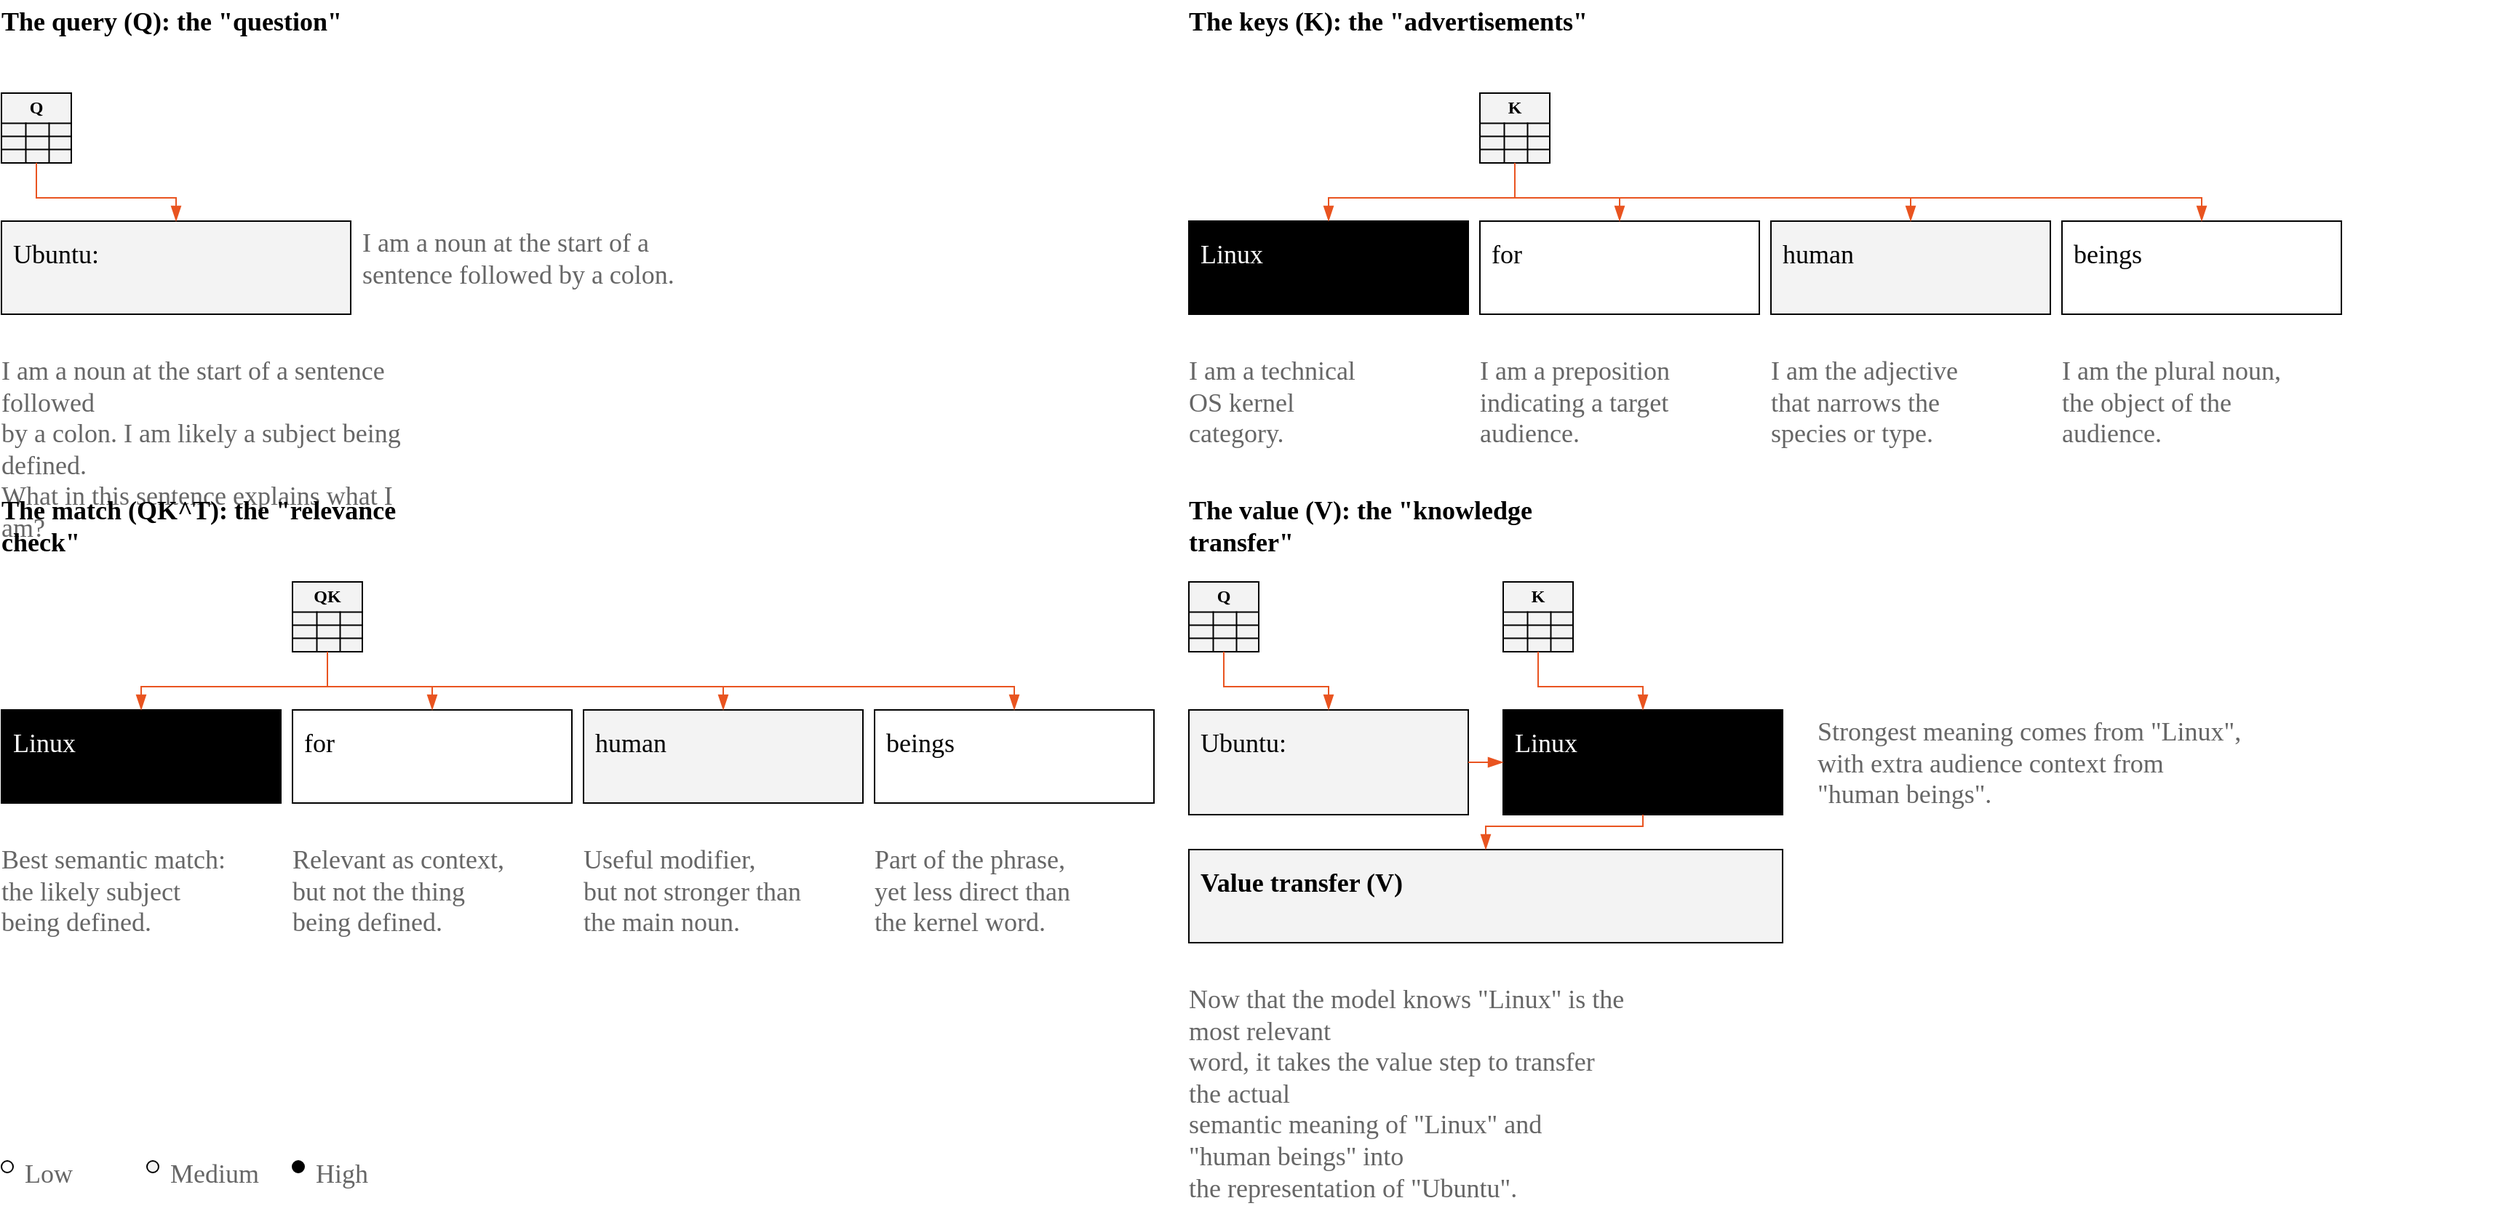
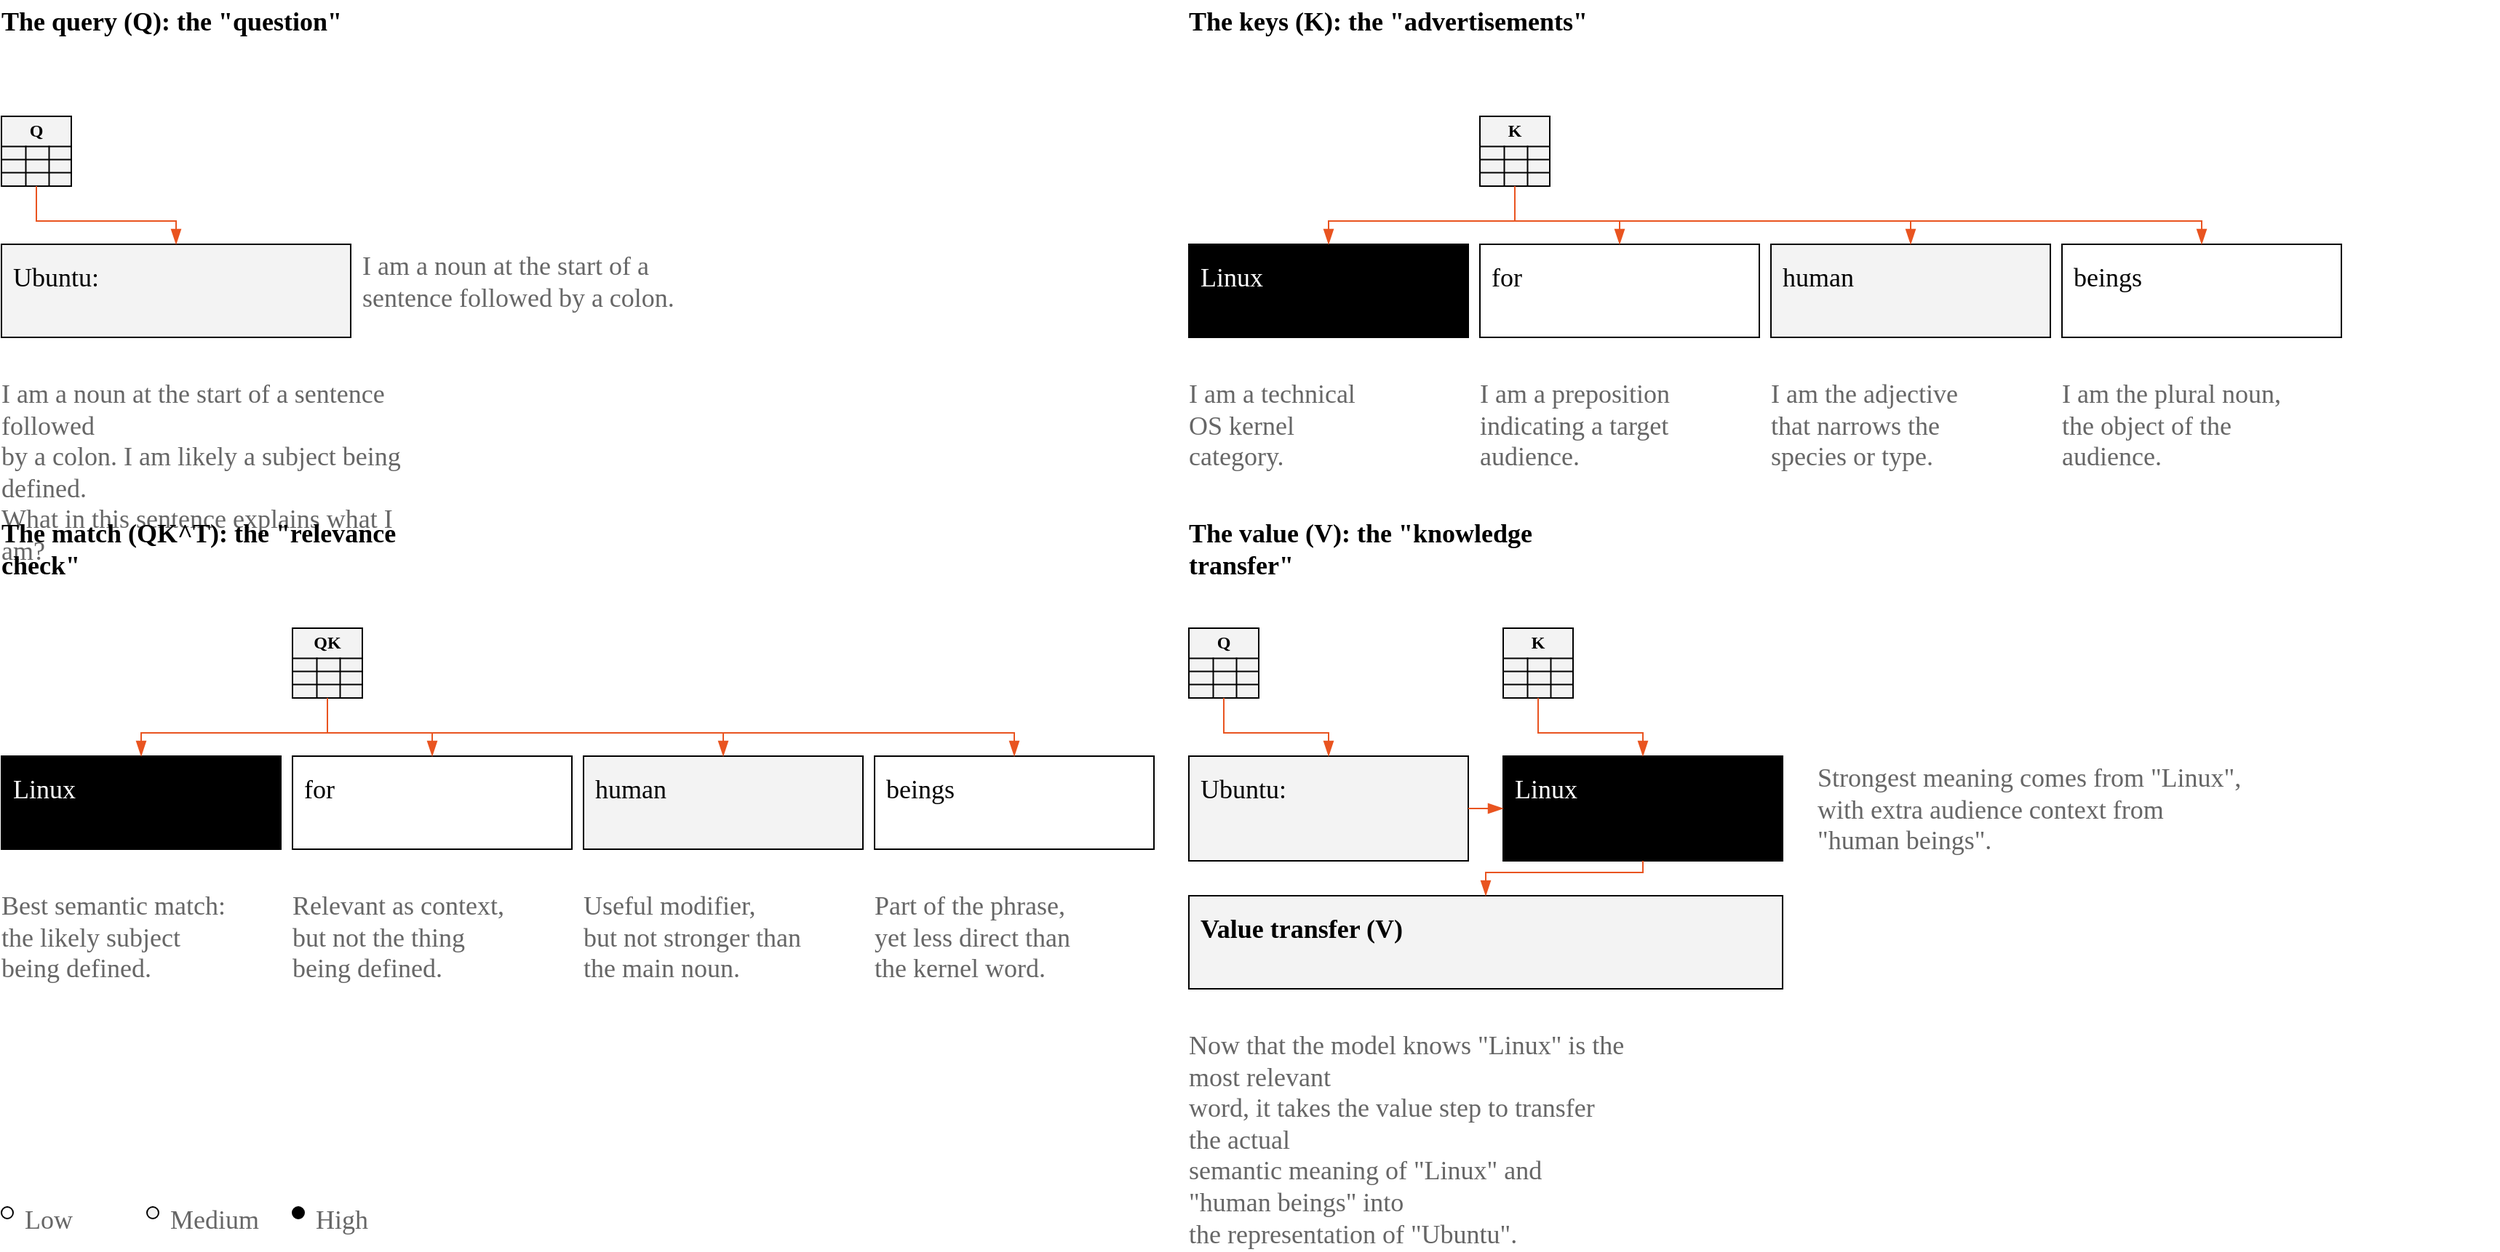
<mxfile host="app.diagrams.net" agent="diagram-generator" version="29.3.7">
  <diagram name="Attention QKV" id="declarative">
-     <mxGraphModel grid="1" gridSize="8" guides="1" tooltips="1" connect="1" arrows="1" fold="1" page="1" pageScale="1" pageWidth="1656" pageHeight="864" background="light-dark(#ffffff, #ffffff)" adaptiveColors="none" math="0" shadow="0">
+     <mxGraphModel grid="1" gridSize="8" guides="1" tooltips="1" connect="1" arrows="1" fold="1" page="1" pageScale="1" pageWidth="1656" pageHeight="896" background="light-dark(#ffffff, #ffffff)" adaptiveColors="none" math="0" shadow="0">
      <root>
        <mxCell id="0" />
        <mxCell id="1" parent="0" />
        <mxCell id="2" parent="1" style="rounded=0;whiteSpace=wrap;html=1;shadow=0;fillColor=#F3F3F3;strokeColor=#000000;strokeWidth=1;" value="" vertex="1" data-dg-source="diagram-generator" data-dg-role="box" tags="dg-generated dg-role-box dg-token-box-accent" data-dg-style-tokens="box-accent" connectable="1">
-           <mxGeometry x="840" y="608" width="408" height="64" as="geometry" />
+           <mxGeometry x="840" y="640" width="408" height="64" as="geometry" />
        </mxCell>
        <mxCell id="3" parent="2" style="rounded=0;whiteSpace=wrap;html=1;align=left;verticalAlign=top;spacing=0;spacingTop=0;spacingBottom=0;spacingLeft=0;spacingRight=0;fillColor=none;strokeColor=none;strokeWidth=0;shadow=0;fontFamily=Ubuntu Sans;fontSize=18;fontColor=#000000;fontSource=https%3A%2F%2Ffonts.googleapis.com%2Fcss%3Ffamily%3DUbuntu%2BSans;" value="&lt;span style=&quot;font-size:18px&quot;&gt;&lt;b&gt;Value transfer (V)&lt;/b&gt;&lt;/span&gt;" vertex="1" data-dg-source="diagram-generator" data-dg-role="label" tags="dg-generated dg-role-label dg-token-label-box" data-dg-style-tokens="label-box" connectable="0">
          <mxGeometry x="8" y="8" width="392" height="48" as="geometry" />
        </mxCell>
        <mxCell id="4" parent="1" style="rounded=0;whiteSpace=wrap;html=1;shadow=0;fillColor=#F3F3F3;strokeColor=#000000;strokeWidth=1;" value="" vertex="1" data-dg-source="diagram-generator" data-dg-role="box" tags="dg-generated dg-role-box dg-token-box-accent" data-dg-style-tokens="box-accent" connectable="1">
-           <mxGeometry x="24" y="176" width="240" height="64" as="geometry" />
+           <mxGeometry x="24" y="192" width="240" height="64" as="geometry" />
        </mxCell>
        <mxCell id="5" parent="4" style="rounded=0;whiteSpace=wrap;html=1;align=left;verticalAlign=top;spacing=0;spacingTop=0;spacingBottom=0;spacingLeft=0;spacingRight=0;fillColor=none;strokeColor=none;strokeWidth=0;shadow=0;fontFamily=Ubuntu Sans;fontSize=18;fontColor=#000000;fontSource=https%3A%2F%2Ffonts.googleapis.com%2Fcss%3Ffamily%3DUbuntu%2BSans;" value="&lt;span style=&quot;font-size:18px&quot;&gt;Ubuntu:&lt;/span&gt;" vertex="1" data-dg-source="diagram-generator" data-dg-role="label" tags="dg-generated dg-role-label dg-token-label-box" data-dg-style-tokens="label-box" connectable="0">
          <mxGeometry x="8" y="8" width="224" height="48" as="geometry" />
        </mxCell>
        <mxCell id="6" parent="1" style="rounded=0;whiteSpace=wrap;html=1;shadow=0;fillColor=#F3F3F3;strokeColor=#000000;strokeWidth=1;" value="" vertex="1" data-dg-source="diagram-generator" data-dg-role="box" tags="dg-generated dg-role-box dg-token-box-accent" data-dg-style-tokens="box-accent" connectable="1">
-           <mxGeometry x="840" y="512" width="192" height="72" as="geometry" />
+           <mxGeometry x="840" y="544" width="192" height="72" as="geometry" />
        </mxCell>
        <mxCell id="7" parent="6" style="rounded=0;whiteSpace=wrap;html=1;align=left;verticalAlign=top;spacing=0;spacingTop=0;spacingBottom=0;spacingLeft=0;spacingRight=0;fillColor=none;strokeColor=none;strokeWidth=0;shadow=0;fontFamily=Ubuntu Sans;fontSize=18;fontColor=#000000;fontSource=https%3A%2F%2Ffonts.googleapis.com%2Fcss%3Ffamily%3DUbuntu%2BSans;" value="&lt;span style=&quot;font-size:18px&quot;&gt;Ubuntu:&lt;/span&gt;" vertex="1" data-dg-source="diagram-generator" data-dg-role="label" tags="dg-generated dg-role-label dg-token-label-box" data-dg-style-tokens="label-box" connectable="0">
          <mxGeometry x="8" y="8" width="176" height="56" as="geometry" />
        </mxCell>
        <mxCell id="8" parent="1" style="rounded=0;whiteSpace=wrap;html=1;shadow=0;fillColor=#000000;strokeColor=#000000;strokeWidth=1;" value="" vertex="1" data-dg-source="diagram-generator" data-dg-role="box" tags="dg-generated dg-role-box dg-token-box-highlight" data-dg-style-tokens="box-highlight" connectable="1">
-           <mxGeometry x="1056" y="512" width="192" height="72" as="geometry" />
+           <mxGeometry x="1056" y="544" width="192" height="72" as="geometry" />
        </mxCell>
        <mxCell id="9" parent="8" style="rounded=0;whiteSpace=wrap;html=1;align=left;verticalAlign=top;spacing=0;spacingTop=0;spacingBottom=0;spacingLeft=0;spacingRight=0;fillColor=none;strokeColor=none;strokeWidth=0;shadow=0;fontFamily=Ubuntu Sans;fontSize=18;fontColor=#000000;fontSource=https%3A%2F%2Ffonts.googleapis.com%2Fcss%3Ffamily%3DUbuntu%2BSans;" value="&lt;span style=&quot;font-size:18px;color:#FFFFFF&quot;&gt;Linux&lt;/span&gt;" vertex="1" data-dg-source="diagram-generator" data-dg-role="label" tags="dg-generated dg-role-label dg-token-label-box" data-dg-style-tokens="label-box" connectable="0">
          <mxGeometry x="8" y="8" width="176" height="56" as="geometry" />
        </mxCell>
        <mxCell id="10" parent="1" style="rounded=0;whiteSpace=wrap;html=1;shadow=0;fillColor=#000000;strokeColor=#000000;strokeWidth=1;" value="" vertex="1" data-dg-source="diagram-generator" data-dg-role="box" tags="dg-generated dg-role-box dg-token-box-highlight" data-dg-style-tokens="box-highlight" connectable="1">
-           <mxGeometry x="840" y="176" width="192" height="64" as="geometry" />
+           <mxGeometry x="840" y="192" width="192" height="64" as="geometry" />
        </mxCell>
        <mxCell id="11" parent="10" style="rounded=0;whiteSpace=wrap;html=1;align=left;verticalAlign=top;spacing=0;spacingTop=0;spacingBottom=0;spacingLeft=0;spacingRight=0;fillColor=none;strokeColor=none;strokeWidth=0;shadow=0;fontFamily=Ubuntu Sans;fontSize=18;fontColor=#000000;fontSource=https%3A%2F%2Ffonts.googleapis.com%2Fcss%3Ffamily%3DUbuntu%2BSans;" value="&lt;span style=&quot;font-size:18px;color:#FFFFFF&quot;&gt;Linux&lt;/span&gt;" vertex="1" data-dg-source="diagram-generator" data-dg-role="label" tags="dg-generated dg-role-label dg-token-label-box" data-dg-style-tokens="label-box" connectable="0">
          <mxGeometry x="8" y="8" width="176" height="48" as="geometry" />
        </mxCell>
        <mxCell id="12" parent="1" style="rounded=0;whiteSpace=wrap;html=1;shadow=0;fillColor=#FFFFFF;strokeColor=#000000;strokeWidth=1;" value="" vertex="1" data-dg-source="diagram-generator" data-dg-role="box" tags="dg-generated dg-role-box dg-token-box-default" data-dg-style-tokens="box-default" connectable="1">
-           <mxGeometry x="1040" y="176" width="192" height="64" as="geometry" />
+           <mxGeometry x="1040" y="192" width="192" height="64" as="geometry" />
        </mxCell>
        <mxCell id="13" parent="12" style="rounded=0;whiteSpace=wrap;html=1;align=left;verticalAlign=top;spacing=0;spacingTop=0;spacingBottom=0;spacingLeft=0;spacingRight=0;fillColor=none;strokeColor=none;strokeWidth=0;shadow=0;fontFamily=Ubuntu Sans;fontSize=18;fontColor=#000000;fontSource=https%3A%2F%2Ffonts.googleapis.com%2Fcss%3Ffamily%3DUbuntu%2BSans;" value="&lt;span style=&quot;font-size:18px&quot;&gt;for&lt;/span&gt;" vertex="1" data-dg-source="diagram-generator" data-dg-role="label" tags="dg-generated dg-role-label dg-token-label-box" data-dg-style-tokens="label-box" connectable="0">
          <mxGeometry x="8" y="8" width="176" height="48" as="geometry" />
        </mxCell>
        <mxCell id="14" parent="1" style="rounded=0;whiteSpace=wrap;html=1;shadow=0;fillColor=#F3F3F3;strokeColor=#000000;strokeWidth=1;" value="" vertex="1" data-dg-source="diagram-generator" data-dg-role="box" tags="dg-generated dg-role-box dg-token-box-accent" data-dg-style-tokens="box-accent" connectable="1">
-           <mxGeometry x="1240" y="176" width="192" height="64" as="geometry" />
+           <mxGeometry x="1240" y="192" width="192" height="64" as="geometry" />
        </mxCell>
        <mxCell id="15" parent="14" style="rounded=0;whiteSpace=wrap;html=1;align=left;verticalAlign=top;spacing=0;spacingTop=0;spacingBottom=0;spacingLeft=0;spacingRight=0;fillColor=none;strokeColor=none;strokeWidth=0;shadow=0;fontFamily=Ubuntu Sans;fontSize=18;fontColor=#000000;fontSource=https%3A%2F%2Ffonts.googleapis.com%2Fcss%3Ffamily%3DUbuntu%2BSans;" value="&lt;span style=&quot;font-size:18px&quot;&gt;human&lt;/span&gt;" vertex="1" data-dg-source="diagram-generator" data-dg-role="label" tags="dg-generated dg-role-label dg-token-label-box" data-dg-style-tokens="label-box" connectable="0">
          <mxGeometry x="8" y="8" width="176" height="48" as="geometry" />
        </mxCell>
        <mxCell id="16" parent="1" style="rounded=0;whiteSpace=wrap;html=1;shadow=0;fillColor=#FFFFFF;strokeColor=#000000;strokeWidth=1;" value="" vertex="1" data-dg-source="diagram-generator" data-dg-role="box" tags="dg-generated dg-role-box dg-token-box-default" data-dg-style-tokens="box-default" connectable="1">
-           <mxGeometry x="1440" y="176" width="192" height="64" as="geometry" />
+           <mxGeometry x="1440" y="192" width="192" height="64" as="geometry" />
        </mxCell>
        <mxCell id="17" parent="16" style="rounded=0;whiteSpace=wrap;html=1;align=left;verticalAlign=top;spacing=0;spacingTop=0;spacingBottom=0;spacingLeft=0;spacingRight=0;fillColor=none;strokeColor=none;strokeWidth=0;shadow=0;fontFamily=Ubuntu Sans;fontSize=18;fontColor=#000000;fontSource=https%3A%2F%2Ffonts.googleapis.com%2Fcss%3Ffamily%3DUbuntu%2BSans;" value="&lt;span style=&quot;font-size:18px&quot;&gt;beings&lt;/span&gt;" vertex="1" data-dg-source="diagram-generator" data-dg-role="label" tags="dg-generated dg-role-label dg-token-label-box" data-dg-style-tokens="label-box" connectable="0">
          <mxGeometry x="8" y="8" width="176" height="48" as="geometry" />
        </mxCell>
        <mxCell id="18" parent="1" style="rounded=0;whiteSpace=wrap;html=1;shadow=0;fillColor=#000000;strokeColor=#000000;strokeWidth=1;" value="" vertex="1" data-dg-source="diagram-generator" data-dg-role="box" tags="dg-generated dg-role-box dg-token-box-highlight" data-dg-style-tokens="box-highlight" connectable="1">
-           <mxGeometry x="24" y="512" width="192" height="64" as="geometry" />
+           <mxGeometry x="24" y="544" width="192" height="64" as="geometry" />
        </mxCell>
        <mxCell id="19" parent="18" style="rounded=0;whiteSpace=wrap;html=1;align=left;verticalAlign=top;spacing=0;spacingTop=0;spacingBottom=0;spacingLeft=0;spacingRight=0;fillColor=none;strokeColor=none;strokeWidth=0;shadow=0;fontFamily=Ubuntu Sans;fontSize=18;fontColor=#000000;fontSource=https%3A%2F%2Ffonts.googleapis.com%2Fcss%3Ffamily%3DUbuntu%2BSans;" value="&lt;span style=&quot;font-size:18px;color:#FFFFFF&quot;&gt;Linux&lt;/span&gt;" vertex="1" data-dg-source="diagram-generator" data-dg-role="label" tags="dg-generated dg-role-label dg-token-label-box" data-dg-style-tokens="label-box" connectable="0">
          <mxGeometry x="8" y="8" width="176" height="48" as="geometry" />
        </mxCell>
        <mxCell id="20" parent="1" style="rounded=0;whiteSpace=wrap;html=1;shadow=0;fillColor=#FFFFFF;strokeColor=#000000;strokeWidth=1;" value="" vertex="1" data-dg-source="diagram-generator" data-dg-role="box" tags="dg-generated dg-role-box dg-token-box-default" data-dg-style-tokens="box-default" connectable="1">
-           <mxGeometry x="224" y="512" width="192" height="64" as="geometry" />
+           <mxGeometry x="224" y="544" width="192" height="64" as="geometry" />
        </mxCell>
        <mxCell id="21" parent="20" style="rounded=0;whiteSpace=wrap;html=1;align=left;verticalAlign=top;spacing=0;spacingTop=0;spacingBottom=0;spacingLeft=0;spacingRight=0;fillColor=none;strokeColor=none;strokeWidth=0;shadow=0;fontFamily=Ubuntu Sans;fontSize=18;fontColor=#000000;fontSource=https%3A%2F%2Ffonts.googleapis.com%2Fcss%3Ffamily%3DUbuntu%2BSans;" value="&lt;span style=&quot;font-size:18px&quot;&gt;for&lt;/span&gt;" vertex="1" data-dg-source="diagram-generator" data-dg-role="label" tags="dg-generated dg-role-label dg-token-label-box" data-dg-style-tokens="label-box" connectable="0">
          <mxGeometry x="8" y="8" width="176" height="48" as="geometry" />
        </mxCell>
        <mxCell id="22" parent="1" style="rounded=0;whiteSpace=wrap;html=1;shadow=0;fillColor=#F3F3F3;strokeColor=#000000;strokeWidth=1;" value="" vertex="1" data-dg-source="diagram-generator" data-dg-role="box" tags="dg-generated dg-role-box dg-token-box-accent" data-dg-style-tokens="box-accent" connectable="1">
-           <mxGeometry x="424" y="512" width="192" height="64" as="geometry" />
+           <mxGeometry x="424" y="544" width="192" height="64" as="geometry" />
        </mxCell>
        <mxCell id="23" parent="22" style="rounded=0;whiteSpace=wrap;html=1;align=left;verticalAlign=top;spacing=0;spacingTop=0;spacingBottom=0;spacingLeft=0;spacingRight=0;fillColor=none;strokeColor=none;strokeWidth=0;shadow=0;fontFamily=Ubuntu Sans;fontSize=18;fontColor=#000000;fontSource=https%3A%2F%2Ffonts.googleapis.com%2Fcss%3Ffamily%3DUbuntu%2BSans;" value="&lt;span style=&quot;font-size:18px&quot;&gt;human&lt;/span&gt;" vertex="1" data-dg-source="diagram-generator" data-dg-role="label" tags="dg-generated dg-role-label dg-token-label-box" data-dg-style-tokens="label-box" connectable="0">
          <mxGeometry x="8" y="8" width="176" height="48" as="geometry" />
        </mxCell>
        <mxCell id="24" parent="1" style="rounded=0;whiteSpace=wrap;html=1;shadow=0;fillColor=#FFFFFF;strokeColor=#000000;strokeWidth=1;" value="" vertex="1" data-dg-source="diagram-generator" data-dg-role="box" tags="dg-generated dg-role-box dg-token-box-default" data-dg-style-tokens="box-default" connectable="1">
-           <mxGeometry x="624" y="512" width="192" height="64" as="geometry" />
+           <mxGeometry x="624" y="544" width="192" height="64" as="geometry" />
        </mxCell>
        <mxCell id="25" parent="24" style="rounded=0;whiteSpace=wrap;html=1;align=left;verticalAlign=top;spacing=0;spacingTop=0;spacingBottom=0;spacingLeft=0;spacingRight=0;fillColor=none;strokeColor=none;strokeWidth=0;shadow=0;fontFamily=Ubuntu Sans;fontSize=18;fontColor=#000000;fontSource=https%3A%2F%2Ffonts.googleapis.com%2Fcss%3Ffamily%3DUbuntu%2BSans;" value="&lt;span style=&quot;font-size:18px&quot;&gt;beings&lt;/span&gt;" vertex="1" data-dg-source="diagram-generator" data-dg-role="label" tags="dg-generated dg-role-label dg-token-label-box" data-dg-style-tokens="label-box" connectable="0">
          <mxGeometry x="8" y="8" width="176" height="48" as="geometry" />
        </mxCell>
        <mxCell id="26" parent="1" style="rounded=0;whiteSpace=wrap;html=1;align=left;verticalAlign=top;spacing=0;spacingTop=0;spacingBottom=0;spacingLeft=0;spacingRight=0;fillColor=none;strokeColor=none;strokeWidth=0;shadow=0;fontFamily=Ubuntu Sans;fontSize=18;fontColor=#000000;fontSource=https%3A%2F%2Ffonts.googleapis.com%2Fcss%3Ffamily%3DUbuntu%2BSans;" value="&lt;span style=&quot;font-size:18px&quot;&gt;&lt;b&gt;The query (Q): the &amp;quot;question&amp;quot;&lt;/b&gt;&lt;/span&gt;" vertex="1" data-dg-source="diagram-generator" data-dg-role="label" tags="dg-generated dg-role-label dg-token-label-free" data-dg-style-tokens="label-free" connectable="0">
          <mxGeometry x="24" y="24" width="300" height="24" as="geometry" />
        </mxCell>
        <mxCell id="27" parent="1" style="rounded=0;whiteSpace=wrap;html=1;align=left;verticalAlign=top;spacing=0;spacingTop=0;spacingBottom=0;spacingLeft=0;spacingRight=0;fillColor=none;strokeColor=none;strokeWidth=0;shadow=0;fontFamily=Ubuntu Sans;fontSize=18;fontColor=#000000;fontSource=https%3A%2F%2Ffonts.googleapis.com%2Fcss%3Ffamily%3DUbuntu%2BSans;" value="&lt;span style=&quot;font-size:18px;color:#666666&quot;&gt;I am a noun at the start of a&lt;/span&gt;&lt;br&gt;&lt;span style=&quot;font-size:18px;color:#666666&quot;&gt;sentence followed by a colon.&lt;/span&gt;" vertex="1" data-dg-source="diagram-generator" data-dg-role="label" tags="dg-generated dg-role-label dg-token-label-free" data-dg-style-tokens="label-free" connectable="0">
-           <mxGeometry x="272" y="176" width="300" height="48" as="geometry" />
+           <mxGeometry x="272" y="192" width="300" height="48" as="geometry" />
        </mxCell>
        <mxCell id="28" parent="1" style="rounded=0;whiteSpace=wrap;html=1;align=left;verticalAlign=top;spacing=0;spacingTop=0;spacingBottom=0;spacingLeft=0;spacingRight=0;fillColor=none;strokeColor=none;strokeWidth=0;shadow=0;fontFamily=Ubuntu Sans;fontSize=18;fontColor=#000000;fontSource=https%3A%2F%2Ffonts.googleapis.com%2Fcss%3Ffamily%3DUbuntu%2BSans;" value="&lt;span style=&quot;font-size:18px;color:#666666&quot;&gt;I am a noun at the start of a sentence followed&lt;/span&gt;&lt;br&gt;&lt;span style=&quot;font-size:18px;color:#666666&quot;&gt;by a colon. I am likely a subject being defined.&lt;/span&gt;&lt;br&gt;&lt;span style=&quot;font-size:18px;color:#666666&quot;&gt;What in this sentence explains what I am?&lt;/span&gt;" vertex="1" data-dg-source="diagram-generator" data-dg-role="label" tags="dg-generated dg-role-label dg-token-label-free" data-dg-style-tokens="label-free" connectable="0">
-           <mxGeometry x="24" y="264" width="300" height="72" as="geometry" />
+           <mxGeometry x="24" y="280" width="300" height="72" as="geometry" />
        </mxCell>
        <mxCell id="29" parent="1" style="rounded=0;whiteSpace=wrap;html=1;align=left;verticalAlign=top;spacing=0;spacingTop=0;spacingBottom=0;spacingLeft=0;spacingRight=0;fillColor=none;strokeColor=none;strokeWidth=0;shadow=0;fontFamily=Ubuntu Sans;fontSize=18;fontColor=#000000;fontSource=https%3A%2F%2Ffonts.googleapis.com%2Fcss%3Ffamily%3DUbuntu%2BSans;" value="&lt;span style=&quot;font-size:18px&quot;&gt;&lt;b&gt;The keys (K): the &amp;quot;advertisements&amp;quot;&lt;/b&gt;&lt;/span&gt;" vertex="1" data-dg-source="diagram-generator" data-dg-role="label" tags="dg-generated dg-role-label dg-token-label-free" data-dg-style-tokens="label-free" connectable="0">
          <mxGeometry x="840" y="24" width="300" height="24" as="geometry" />
        </mxCell>
        <mxCell id="30" parent="1" style="rounded=0;whiteSpace=wrap;html=1;align=left;verticalAlign=top;spacing=0;spacingTop=0;spacingBottom=0;spacingLeft=0;spacingRight=0;fillColor=none;strokeColor=none;strokeWidth=0;shadow=0;fontFamily=Ubuntu Sans;fontSize=18;fontColor=#000000;fontSource=https%3A%2F%2Ffonts.googleapis.com%2Fcss%3Ffamily%3DUbuntu%2BSans;" value="&lt;span style=&quot;font-size:18px;color:#666666&quot;&gt;I am a technical&lt;/span&gt;&lt;br&gt;&lt;span style=&quot;font-size:18px;color:#666666&quot;&gt;OS kernel&lt;/span&gt;&lt;br&gt;&lt;span style=&quot;font-size:18px;color:#666666&quot;&gt;category.&lt;/span&gt;" vertex="1" data-dg-source="diagram-generator" data-dg-role="label" tags="dg-generated dg-role-label dg-token-label-free" data-dg-style-tokens="label-free" connectable="0">
-           <mxGeometry x="840" y="264" width="300" height="72" as="geometry" />
+           <mxGeometry x="840" y="280" width="300" height="72" as="geometry" />
        </mxCell>
        <mxCell id="31" parent="1" style="rounded=0;whiteSpace=wrap;html=1;align=left;verticalAlign=top;spacing=0;spacingTop=0;spacingBottom=0;spacingLeft=0;spacingRight=0;fillColor=none;strokeColor=none;strokeWidth=0;shadow=0;fontFamily=Ubuntu Sans;fontSize=18;fontColor=#000000;fontSource=https%3A%2F%2Ffonts.googleapis.com%2Fcss%3Ffamily%3DUbuntu%2BSans;" value="&lt;span style=&quot;font-size:18px;color:#666666&quot;&gt;I am a preposition&lt;/span&gt;&lt;br&gt;&lt;span style=&quot;font-size:18px;color:#666666&quot;&gt;indicating a target&lt;/span&gt;&lt;br&gt;&lt;span style=&quot;font-size:18px;color:#666666&quot;&gt;audience.&lt;/span&gt;" vertex="1" data-dg-source="diagram-generator" data-dg-role="label" tags="dg-generated dg-role-label dg-token-label-free" data-dg-style-tokens="label-free" connectable="0">
-           <mxGeometry x="1040" y="264" width="300" height="72" as="geometry" />
+           <mxGeometry x="1040" y="280" width="300" height="72" as="geometry" />
        </mxCell>
        <mxCell id="32" parent="1" style="rounded=0;whiteSpace=wrap;html=1;align=left;verticalAlign=top;spacing=0;spacingTop=0;spacingBottom=0;spacingLeft=0;spacingRight=0;fillColor=none;strokeColor=none;strokeWidth=0;shadow=0;fontFamily=Ubuntu Sans;fontSize=18;fontColor=#000000;fontSource=https%3A%2F%2Ffonts.googleapis.com%2Fcss%3Ffamily%3DUbuntu%2BSans;" value="&lt;span style=&quot;font-size:18px;color:#666666&quot;&gt;I am the adjective&lt;/span&gt;&lt;br&gt;&lt;span style=&quot;font-size:18px;color:#666666&quot;&gt;that narrows the&lt;/span&gt;&lt;br&gt;&lt;span style=&quot;font-size:18px;color:#666666&quot;&gt;species or type.&lt;/span&gt;" vertex="1" data-dg-source="diagram-generator" data-dg-role="label" tags="dg-generated dg-role-label dg-token-label-free" data-dg-style-tokens="label-free" connectable="0">
-           <mxGeometry x="1240" y="264" width="300" height="72" as="geometry" />
+           <mxGeometry x="1240" y="280" width="300" height="72" as="geometry" />
        </mxCell>
        <mxCell id="33" parent="1" style="rounded=0;whiteSpace=wrap;html=1;align=left;verticalAlign=top;spacing=0;spacingTop=0;spacingBottom=0;spacingLeft=0;spacingRight=0;fillColor=none;strokeColor=none;strokeWidth=0;shadow=0;fontFamily=Ubuntu Sans;fontSize=18;fontColor=#000000;fontSource=https%3A%2F%2Ffonts.googleapis.com%2Fcss%3Ffamily%3DUbuntu%2BSans;" value="&lt;span style=&quot;font-size:18px;color:#666666&quot;&gt;I am the plural noun,&lt;/span&gt;&lt;br&gt;&lt;span style=&quot;font-size:18px;color:#666666&quot;&gt;the object of the&lt;/span&gt;&lt;br&gt;&lt;span style=&quot;font-size:18px;color:#666666&quot;&gt;audience.&lt;/span&gt;" vertex="1" data-dg-source="diagram-generator" data-dg-role="label" tags="dg-generated dg-role-label dg-token-label-free" data-dg-style-tokens="label-free" connectable="0">
-           <mxGeometry x="1440" y="264" width="300" height="72" as="geometry" />
+           <mxGeometry x="1440" y="280" width="300" height="72" as="geometry" />
        </mxCell>
        <mxCell id="34" parent="1" style="rounded=0;whiteSpace=wrap;html=1;align=left;verticalAlign=top;spacing=0;spacingTop=0;spacingBottom=0;spacingLeft=0;spacingRight=0;fillColor=none;strokeColor=none;strokeWidth=0;shadow=0;fontFamily=Ubuntu Sans;fontSize=18;fontColor=#000000;fontSource=https%3A%2F%2Ffonts.googleapis.com%2Fcss%3Ffamily%3DUbuntu%2BSans;" value="&lt;span style=&quot;font-size:18px&quot;&gt;&lt;b&gt;The match (QK^T): the &amp;quot;relevance check&amp;quot;&lt;/b&gt;&lt;/span&gt;" vertex="1" data-dg-source="diagram-generator" data-dg-role="label" tags="dg-generated dg-role-label dg-token-label-free" data-dg-style-tokens="label-free" connectable="0">
-           <mxGeometry x="24" y="360" width="300" height="24" as="geometry" />
+           <mxGeometry x="24" y="376" width="300" height="24" as="geometry" />
        </mxCell>
        <mxCell id="35" parent="1" style="rounded=0;whiteSpace=wrap;html=1;align=left;verticalAlign=top;spacing=0;spacingTop=0;spacingBottom=0;spacingLeft=0;spacingRight=0;fillColor=none;strokeColor=none;strokeWidth=0;shadow=0;fontFamily=Ubuntu Sans;fontSize=18;fontColor=#000000;fontSource=https%3A%2F%2Ffonts.googleapis.com%2Fcss%3Ffamily%3DUbuntu%2BSans;" value="&lt;span style=&quot;font-size:18px;color:#666666&quot;&gt;Best semantic match:&lt;/span&gt;&lt;br&gt;&lt;span style=&quot;font-size:18px;color:#666666&quot;&gt;the likely subject&lt;/span&gt;&lt;br&gt;&lt;span style=&quot;font-size:18px;color:#666666&quot;&gt;being defined.&lt;/span&gt;" vertex="1" data-dg-source="diagram-generator" data-dg-role="label" tags="dg-generated dg-role-label dg-token-label-free" data-dg-style-tokens="label-free" connectable="0">
-           <mxGeometry x="24" y="600" width="300" height="72" as="geometry" />
+           <mxGeometry x="24" y="632" width="300" height="72" as="geometry" />
        </mxCell>
        <mxCell id="36" parent="1" style="rounded=0;whiteSpace=wrap;html=1;align=left;verticalAlign=top;spacing=0;spacingTop=0;spacingBottom=0;spacingLeft=0;spacingRight=0;fillColor=none;strokeColor=none;strokeWidth=0;shadow=0;fontFamily=Ubuntu Sans;fontSize=18;fontColor=#000000;fontSource=https%3A%2F%2Ffonts.googleapis.com%2Fcss%3Ffamily%3DUbuntu%2BSans;" value="&lt;span style=&quot;font-size:18px;color:#666666&quot;&gt;Relevant as context,&lt;/span&gt;&lt;br&gt;&lt;span style=&quot;font-size:18px;color:#666666&quot;&gt;but not the thing&lt;/span&gt;&lt;br&gt;&lt;span style=&quot;font-size:18px;color:#666666&quot;&gt;being defined.&lt;/span&gt;" vertex="1" data-dg-source="diagram-generator" data-dg-role="label" tags="dg-generated dg-role-label dg-token-label-free" data-dg-style-tokens="label-free" connectable="0">
-           <mxGeometry x="224" y="600" width="300" height="72" as="geometry" />
+           <mxGeometry x="224" y="632" width="300" height="72" as="geometry" />
        </mxCell>
        <mxCell id="37" parent="1" style="rounded=0;whiteSpace=wrap;html=1;align=left;verticalAlign=top;spacing=0;spacingTop=0;spacingBottom=0;spacingLeft=0;spacingRight=0;fillColor=none;strokeColor=none;strokeWidth=0;shadow=0;fontFamily=Ubuntu Sans;fontSize=18;fontColor=#000000;fontSource=https%3A%2F%2Ffonts.googleapis.com%2Fcss%3Ffamily%3DUbuntu%2BSans;" value="&lt;span style=&quot;font-size:18px;color:#666666&quot;&gt;Useful modifier,&lt;/span&gt;&lt;br&gt;&lt;span style=&quot;font-size:18px;color:#666666&quot;&gt;but not stronger than&lt;/span&gt;&lt;br&gt;&lt;span style=&quot;font-size:18px;color:#666666&quot;&gt;the main noun.&lt;/span&gt;" vertex="1" data-dg-source="diagram-generator" data-dg-role="label" tags="dg-generated dg-role-label dg-token-label-free" data-dg-style-tokens="label-free" connectable="0">
-           <mxGeometry x="424" y="600" width="300" height="72" as="geometry" />
+           <mxGeometry x="424" y="632" width="300" height="72" as="geometry" />
        </mxCell>
        <mxCell id="38" parent="1" style="rounded=0;whiteSpace=wrap;html=1;align=left;verticalAlign=top;spacing=0;spacingTop=0;spacingBottom=0;spacingLeft=0;spacingRight=0;fillColor=none;strokeColor=none;strokeWidth=0;shadow=0;fontFamily=Ubuntu Sans;fontSize=18;fontColor=#000000;fontSource=https%3A%2F%2Ffonts.googleapis.com%2Fcss%3Ffamily%3DUbuntu%2BSans;" value="&lt;span style=&quot;font-size:18px;color:#666666&quot;&gt;Part of the phrase,&lt;/span&gt;&lt;br&gt;&lt;span style=&quot;font-size:18px;color:#666666&quot;&gt;yet less direct than&lt;/span&gt;&lt;br&gt;&lt;span style=&quot;font-size:18px;color:#666666&quot;&gt;the kernel word.&lt;/span&gt;" vertex="1" data-dg-source="diagram-generator" data-dg-role="label" tags="dg-generated dg-role-label dg-token-label-free" data-dg-style-tokens="label-free" connectable="0">
-           <mxGeometry x="624" y="600" width="300" height="72" as="geometry" />
+           <mxGeometry x="624" y="632" width="300" height="72" as="geometry" />
        </mxCell>
        <mxCell id="39" parent="1" style="rounded=0;whiteSpace=wrap;html=1;align=left;verticalAlign=top;spacing=0;spacingTop=0;spacingBottom=0;spacingLeft=0;spacingRight=0;fillColor=none;strokeColor=none;strokeWidth=0;shadow=0;fontFamily=Ubuntu Sans;fontSize=18;fontColor=#000000;fontSource=https%3A%2F%2Ffonts.googleapis.com%2Fcss%3Ffamily%3DUbuntu%2BSans;" value="&lt;span style=&quot;font-size:18px;color:#666666&quot;&gt;Low&lt;/span&gt;" vertex="1" data-dg-source="diagram-generator" data-dg-role="label" tags="dg-generated dg-role-label dg-token-label-free" data-dg-style-tokens="label-free" connectable="0">
-           <mxGeometry x="40" y="816" width="300" height="24" as="geometry" />
+           <mxGeometry x="40" y="848" width="300" height="24" as="geometry" />
        </mxCell>
        <mxCell id="40" parent="1" style="rounded=0;whiteSpace=wrap;html=1;align=left;verticalAlign=top;spacing=0;spacingTop=0;spacingBottom=0;spacingLeft=0;spacingRight=0;fillColor=none;strokeColor=none;strokeWidth=0;shadow=0;fontFamily=Ubuntu Sans;fontSize=18;fontColor=#000000;fontSource=https%3A%2F%2Ffonts.googleapis.com%2Fcss%3Ffamily%3DUbuntu%2BSans;" value="&lt;span style=&quot;font-size:18px;color:#666666&quot;&gt;Medium&lt;/span&gt;" vertex="1" data-dg-source="diagram-generator" data-dg-role="label" tags="dg-generated dg-role-label dg-token-label-free" data-dg-style-tokens="label-free" connectable="0">
-           <mxGeometry x="140" y="816" width="300" height="24" as="geometry" />
+           <mxGeometry x="140" y="848" width="300" height="24" as="geometry" />
        </mxCell>
        <mxCell id="41" parent="1" style="rounded=0;whiteSpace=wrap;html=1;align=left;verticalAlign=top;spacing=0;spacingTop=0;spacingBottom=0;spacingLeft=0;spacingRight=0;fillColor=none;strokeColor=none;strokeWidth=0;shadow=0;fontFamily=Ubuntu Sans;fontSize=18;fontColor=#000000;fontSource=https%3A%2F%2Ffonts.googleapis.com%2Fcss%3Ffamily%3DUbuntu%2BSans;" value="&lt;span style=&quot;font-size:18px;color:#666666&quot;&gt;High&lt;/span&gt;" vertex="1" data-dg-source="diagram-generator" data-dg-role="label" tags="dg-generated dg-role-label dg-token-label-free" data-dg-style-tokens="label-free" connectable="0">
-           <mxGeometry x="240" y="816" width="300" height="24" as="geometry" />
+           <mxGeometry x="240" y="848" width="300" height="24" as="geometry" />
        </mxCell>
        <mxCell id="42" parent="1" style="rounded=0;whiteSpace=wrap;html=1;align=left;verticalAlign=top;spacing=0;spacingTop=0;spacingBottom=0;spacingLeft=0;spacingRight=0;fillColor=none;strokeColor=none;strokeWidth=0;shadow=0;fontFamily=Ubuntu Sans;fontSize=18;fontColor=#000000;fontSource=https%3A%2F%2Ffonts.googleapis.com%2Fcss%3Ffamily%3DUbuntu%2BSans;" value="&lt;span style=&quot;font-size:18px&quot;&gt;&lt;b&gt;The value (V): the &amp;quot;knowledge transfer&amp;quot;&lt;/b&gt;&lt;/span&gt;" vertex="1" data-dg-source="diagram-generator" data-dg-role="label" tags="dg-generated dg-role-label dg-token-label-free" data-dg-style-tokens="label-free" connectable="0">
-           <mxGeometry x="840" y="360" width="300" height="24" as="geometry" />
+           <mxGeometry x="840" y="376" width="300" height="24" as="geometry" />
        </mxCell>
        <mxCell id="43" parent="1" style="rounded=0;whiteSpace=wrap;html=1;align=left;verticalAlign=top;spacing=0;spacingTop=0;spacingBottom=0;spacingLeft=0;spacingRight=0;fillColor=none;strokeColor=none;strokeWidth=0;shadow=0;fontFamily=Ubuntu Sans;fontSize=18;fontColor=#000000;fontSource=https%3A%2F%2Ffonts.googleapis.com%2Fcss%3Ffamily%3DUbuntu%2BSans;" value="&lt;span style=&quot;font-size:18px;color:#666666&quot;&gt;Strongest meaning comes from &amp;quot;Linux&amp;quot;,&lt;/span&gt;&lt;br&gt;&lt;span style=&quot;font-size:18px;color:#666666&quot;&gt;with extra audience context from&lt;/span&gt;&lt;br&gt;&lt;span style=&quot;font-size:18px;color:#666666&quot;&gt;&amp;quot;human beings&amp;quot;.&lt;/span&gt;" vertex="1" data-dg-source="diagram-generator" data-dg-role="label" tags="dg-generated dg-role-label dg-token-label-free" data-dg-style-tokens="label-free" connectable="0">
-           <mxGeometry x="1272" y="512" width="300" height="72" as="geometry" />
+           <mxGeometry x="1272" y="544" width="300" height="72" as="geometry" />
        </mxCell>
        <mxCell id="44" parent="1" style="rounded=0;whiteSpace=wrap;html=1;align=left;verticalAlign=top;spacing=0;spacingTop=0;spacingBottom=0;spacingLeft=0;spacingRight=0;fillColor=none;strokeColor=none;strokeWidth=0;shadow=0;fontFamily=Ubuntu Sans;fontSize=18;fontColor=#000000;fontSource=https%3A%2F%2Ffonts.googleapis.com%2Fcss%3Ffamily%3DUbuntu%2BSans;" value="&lt;span style=&quot;font-size:18px;color:#666666&quot;&gt;Now that the model knows &amp;quot;Linux&amp;quot; is the most relevant&lt;/span&gt;&lt;br&gt;&lt;span style=&quot;font-size:18px;color:#666666&quot;&gt;word, it takes the value step to transfer the actual&lt;/span&gt;&lt;br&gt;&lt;span style=&quot;font-size:18px;color:#666666&quot;&gt;semantic meaning of &amp;quot;Linux&amp;quot; and &amp;quot;human beings&amp;quot; into&lt;/span&gt;&lt;br&gt;&lt;span style=&quot;font-size:18px;color:#666666&quot;&gt;the representation of &amp;quot;Ubuntu&amp;quot;.&lt;/span&gt;" vertex="1" data-dg-source="diagram-generator" data-dg-role="label" tags="dg-generated dg-role-label dg-token-label-free" data-dg-style-tokens="label-free" connectable="0">
-           <mxGeometry x="840" y="696" width="300" height="96" as="geometry" />
+           <mxGeometry x="840" y="728" width="300" height="96" as="geometry" />
        </mxCell>
        <mxCell id="45" parent="1" style="ellipse;whiteSpace=wrap;html=1;aspect=fixed;fillColor=#FFFFFF;strokeColor=#000000;strokeWidth=1;shadow=0;" value="" vertex="1" data-dg-source="diagram-generator" data-dg-role="marker" tags="dg-generated dg-role-marker dg-token-legend-marker" data-dg-style-tokens="legend-marker" connectable="0">
-           <mxGeometry x="24" y="822" width="8" height="8" as="geometry" />
+           <mxGeometry x="24" y="854" width="8" height="8" as="geometry" />
        </mxCell>
        <mxCell id="46" parent="1" style="ellipse;whiteSpace=wrap;html=1;aspect=fixed;fillColor=#F3F3F3;strokeColor=#000000;strokeWidth=1;shadow=0;" value="" vertex="1" data-dg-source="diagram-generator" data-dg-role="marker" tags="dg-generated dg-role-marker dg-token-legend-marker" data-dg-style-tokens="legend-marker" connectable="0">
-           <mxGeometry x="124" y="822" width="8" height="8" as="geometry" />
+           <mxGeometry x="124" y="854" width="8" height="8" as="geometry" />
        </mxCell>
        <mxCell id="47" parent="1" style="ellipse;whiteSpace=wrap;html=1;aspect=fixed;fillColor=#000000;strokeColor=#000000;strokeWidth=1;shadow=0;" value="" vertex="1" data-dg-source="diagram-generator" data-dg-role="marker" tags="dg-generated dg-role-marker dg-token-legend-marker" data-dg-style-tokens="legend-marker" connectable="0">
-           <mxGeometry x="224" y="822" width="8" height="8" as="geometry" />
+           <mxGeometry x="224" y="854" width="8" height="8" as="geometry" />
        </mxCell>
        <mxCell id="48" parent="1" style="rounded=0;whiteSpace=wrap;html=1;shadow=0;fillColor=#F3F3F3;strokeColor=#000000;strokeWidth=1;" value="" vertex="1" data-dg-source="diagram-generator" data-dg-role="rect" tags="dg-generated dg-role-rect dg-token-matrix-widget" data-dg-style-tokens="matrix-widget" connectable="1">
-           <mxGeometry x="24" y="88" width="48" height="48" as="geometry" />
+           <mxGeometry x="24" y="104" width="48" height="48" as="geometry" />
        </mxCell>
        <mxCell id="49" parent="48" style="rounded=0;whiteSpace=wrap;html=1;shadow=0;fillColor=#000000;strokeColor=none;strokeWidth=0;" value="" vertex="1" data-dg-source="diagram-generator" data-dg-role="rect" tags="dg-generated dg-role-rect dg-token-matrix-divider" data-dg-style-tokens="matrix-divider" connectable="0">
          <mxGeometry x="0" y="20" width="48" height="1" as="geometry" />
        </mxCell>
        <mxCell id="50" parent="48" style="rounded=0;whiteSpace=wrap;html=1;shadow=0;fillColor=#000000;strokeColor=none;strokeWidth=0;" value="" vertex="1" data-dg-source="diagram-generator" data-dg-role="rect" tags="dg-generated dg-role-rect dg-token-matrix-divider" data-dg-style-tokens="matrix-divider" connectable="0">
          <mxGeometry x="16" y="20" width="1" height="28" as="geometry" />
        </mxCell>
        <mxCell id="51" parent="48" style="rounded=0;whiteSpace=wrap;html=1;shadow=0;fillColor=#000000;strokeColor=none;strokeWidth=0;" value="" vertex="1" data-dg-source="diagram-generator" data-dg-role="rect" tags="dg-generated dg-role-rect dg-token-matrix-divider" data-dg-style-tokens="matrix-divider" connectable="0">
          <mxGeometry x="32" y="20" width="1" height="28" as="geometry" />
        </mxCell>
        <mxCell id="52" parent="48" style="rounded=0;whiteSpace=wrap;html=1;shadow=0;fillColor=#000000;strokeColor=none;strokeWidth=0;" value="" vertex="1" data-dg-source="diagram-generator" data-dg-role="rect" tags="dg-generated dg-role-rect dg-token-matrix-divider" data-dg-style-tokens="matrix-divider" connectable="0">
          <mxGeometry x="0" y="29" width="48" height="1" as="geometry" />
        </mxCell>
        <mxCell id="53" parent="48" style="rounded=0;whiteSpace=wrap;html=1;shadow=0;fillColor=#000000;strokeColor=none;strokeWidth=0;" value="" vertex="1" data-dg-source="diagram-generator" data-dg-role="rect" tags="dg-generated dg-role-rect dg-token-matrix-divider" data-dg-style-tokens="matrix-divider" connectable="0">
          <mxGeometry x="0" y="38" width="48" height="1" as="geometry" />
        </mxCell>
        <mxCell id="54" parent="48" style="rounded=0;whiteSpace=wrap;html=1;align=center;verticalAlign=middle;spacing=0;spacingTop=0;spacingBottom=0;spacingLeft=0;spacingRight=0;fillColor=none;strokeColor=none;strokeWidth=0;shadow=0;fontFamily=Ubuntu Sans;fontSize=12;fontColor=#000000;fontSource=https%3A%2F%2Ffonts.googleapis.com%2Fcss%3Ffamily%3DUbuntu%2BSans;" value="&lt;span style=&quot;font-size:12px&quot;&gt;&lt;b&gt;Q&lt;/b&gt;&lt;/span&gt;" vertex="1" data-dg-source="diagram-generator" data-dg-role="label" tags="dg-generated dg-role-label dg-token-label-matrix" data-dg-style-tokens="label-matrix" connectable="0">
          <mxGeometry x="0" y="2" width="48" height="16" as="geometry" />
        </mxCell>
        <mxCell id="55" parent="1" style="rounded=0;whiteSpace=wrap;html=1;shadow=0;fillColor=#F3F3F3;strokeColor=#000000;strokeWidth=1;" value="" vertex="1" data-dg-source="diagram-generator" data-dg-role="rect" tags="dg-generated dg-role-rect dg-token-matrix-widget" data-dg-style-tokens="matrix-widget" connectable="1">
-           <mxGeometry x="1040" y="88" width="48" height="48" as="geometry" />
+           <mxGeometry x="1040" y="104" width="48" height="48" as="geometry" />
        </mxCell>
        <mxCell id="56" parent="55" style="rounded=0;whiteSpace=wrap;html=1;shadow=0;fillColor=#000000;strokeColor=none;strokeWidth=0;" value="" vertex="1" data-dg-source="diagram-generator" data-dg-role="rect" tags="dg-generated dg-role-rect dg-token-matrix-divider" data-dg-style-tokens="matrix-divider" connectable="0">
          <mxGeometry x="0" y="20" width="48" height="1" as="geometry" />
        </mxCell>
        <mxCell id="57" parent="55" style="rounded=0;whiteSpace=wrap;html=1;shadow=0;fillColor=#000000;strokeColor=none;strokeWidth=0;" value="" vertex="1" data-dg-source="diagram-generator" data-dg-role="rect" tags="dg-generated dg-role-rect dg-token-matrix-divider" data-dg-style-tokens="matrix-divider" connectable="0">
          <mxGeometry x="16" y="20" width="1" height="28" as="geometry" />
        </mxCell>
        <mxCell id="58" parent="55" style="rounded=0;whiteSpace=wrap;html=1;shadow=0;fillColor=#000000;strokeColor=none;strokeWidth=0;" value="" vertex="1" data-dg-source="diagram-generator" data-dg-role="rect" tags="dg-generated dg-role-rect dg-token-matrix-divider" data-dg-style-tokens="matrix-divider" connectable="0">
          <mxGeometry x="32" y="20" width="1" height="28" as="geometry" />
        </mxCell>
        <mxCell id="59" parent="55" style="rounded=0;whiteSpace=wrap;html=1;shadow=0;fillColor=#000000;strokeColor=none;strokeWidth=0;" value="" vertex="1" data-dg-source="diagram-generator" data-dg-role="rect" tags="dg-generated dg-role-rect dg-token-matrix-divider" data-dg-style-tokens="matrix-divider" connectable="0">
          <mxGeometry x="0" y="29" width="48" height="1" as="geometry" />
        </mxCell>
        <mxCell id="60" parent="55" style="rounded=0;whiteSpace=wrap;html=1;shadow=0;fillColor=#000000;strokeColor=none;strokeWidth=0;" value="" vertex="1" data-dg-source="diagram-generator" data-dg-role="rect" tags="dg-generated dg-role-rect dg-token-matrix-divider" data-dg-style-tokens="matrix-divider" connectable="0">
          <mxGeometry x="0" y="38" width="48" height="1" as="geometry" />
        </mxCell>
        <mxCell id="61" parent="55" style="rounded=0;whiteSpace=wrap;html=1;align=center;verticalAlign=middle;spacing=0;spacingTop=0;spacingBottom=0;spacingLeft=0;spacingRight=0;fillColor=none;strokeColor=none;strokeWidth=0;shadow=0;fontFamily=Ubuntu Sans;fontSize=12;fontColor=#000000;fontSource=https%3A%2F%2Ffonts.googleapis.com%2Fcss%3Ffamily%3DUbuntu%2BSans;" value="&lt;span style=&quot;font-size:12px&quot;&gt;&lt;b&gt;K&lt;/b&gt;&lt;/span&gt;" vertex="1" data-dg-source="diagram-generator" data-dg-role="label" tags="dg-generated dg-role-label dg-token-label-matrix" data-dg-style-tokens="label-matrix" connectable="0">
          <mxGeometry x="0" y="2" width="48" height="16" as="geometry" />
        </mxCell>
        <mxCell id="62" parent="1" style="rounded=0;whiteSpace=wrap;html=1;shadow=0;fillColor=#F3F3F3;strokeColor=#000000;strokeWidth=1;" value="" vertex="1" data-dg-source="diagram-generator" data-dg-role="rect" tags="dg-generated dg-role-rect dg-token-matrix-widget" data-dg-style-tokens="matrix-widget" connectable="1">
-           <mxGeometry x="224" y="424" width="48" height="48" as="geometry" />
+           <mxGeometry x="224" y="456" width="48" height="48" as="geometry" />
        </mxCell>
        <mxCell id="63" parent="62" style="rounded=0;whiteSpace=wrap;html=1;shadow=0;fillColor=#000000;strokeColor=none;strokeWidth=0;" value="" vertex="1" data-dg-source="diagram-generator" data-dg-role="rect" tags="dg-generated dg-role-rect dg-token-matrix-divider" data-dg-style-tokens="matrix-divider" connectable="0">
          <mxGeometry x="0" y="20" width="48" height="1" as="geometry" />
        </mxCell>
        <mxCell id="64" parent="62" style="rounded=0;whiteSpace=wrap;html=1;shadow=0;fillColor=#000000;strokeColor=none;strokeWidth=0;" value="" vertex="1" data-dg-source="diagram-generator" data-dg-role="rect" tags="dg-generated dg-role-rect dg-token-matrix-divider" data-dg-style-tokens="matrix-divider" connectable="0">
          <mxGeometry x="16" y="20" width="1" height="28" as="geometry" />
        </mxCell>
        <mxCell id="65" parent="62" style="rounded=0;whiteSpace=wrap;html=1;shadow=0;fillColor=#000000;strokeColor=none;strokeWidth=0;" value="" vertex="1" data-dg-source="diagram-generator" data-dg-role="rect" tags="dg-generated dg-role-rect dg-token-matrix-divider" data-dg-style-tokens="matrix-divider" connectable="0">
          <mxGeometry x="32" y="20" width="1" height="28" as="geometry" />
        </mxCell>
        <mxCell id="66" parent="62" style="rounded=0;whiteSpace=wrap;html=1;shadow=0;fillColor=#000000;strokeColor=none;strokeWidth=0;" value="" vertex="1" data-dg-source="diagram-generator" data-dg-role="rect" tags="dg-generated dg-role-rect dg-token-matrix-divider" data-dg-style-tokens="matrix-divider" connectable="0">
          <mxGeometry x="0" y="29" width="48" height="1" as="geometry" />
        </mxCell>
        <mxCell id="67" parent="62" style="rounded=0;whiteSpace=wrap;html=1;shadow=0;fillColor=#000000;strokeColor=none;strokeWidth=0;" value="" vertex="1" data-dg-source="diagram-generator" data-dg-role="rect" tags="dg-generated dg-role-rect dg-token-matrix-divider" data-dg-style-tokens="matrix-divider" connectable="0">
          <mxGeometry x="0" y="38" width="48" height="1" as="geometry" />
        </mxCell>
        <mxCell id="68" parent="62" style="rounded=0;whiteSpace=wrap;html=1;align=center;verticalAlign=middle;spacing=0;spacingTop=0;spacingBottom=0;spacingLeft=0;spacingRight=0;fillColor=none;strokeColor=none;strokeWidth=0;shadow=0;fontFamily=Ubuntu Sans;fontSize=12;fontColor=#000000;fontSource=https%3A%2F%2Ffonts.googleapis.com%2Fcss%3Ffamily%3DUbuntu%2BSans;" value="&lt;span style=&quot;font-size:12px&quot;&gt;&lt;b&gt;QK&lt;/b&gt;&lt;/span&gt;" vertex="1" data-dg-source="diagram-generator" data-dg-role="label" tags="dg-generated dg-role-label dg-token-label-matrix" data-dg-style-tokens="label-matrix" connectable="0">
          <mxGeometry x="0" y="2" width="48" height="16" as="geometry" />
        </mxCell>
        <mxCell id="69" parent="1" style="rounded=0;whiteSpace=wrap;html=1;shadow=0;fillColor=#F3F3F3;strokeColor=#000000;strokeWidth=1;" value="" vertex="1" data-dg-source="diagram-generator" data-dg-role="rect" tags="dg-generated dg-role-rect dg-token-matrix-widget" data-dg-style-tokens="matrix-widget" connectable="1">
-           <mxGeometry x="840" y="424" width="48" height="48" as="geometry" />
+           <mxGeometry x="840" y="456" width="48" height="48" as="geometry" />
        </mxCell>
        <mxCell id="70" parent="69" style="rounded=0;whiteSpace=wrap;html=1;shadow=0;fillColor=#000000;strokeColor=none;strokeWidth=0;" value="" vertex="1" data-dg-source="diagram-generator" data-dg-role="rect" tags="dg-generated dg-role-rect dg-token-matrix-divider" data-dg-style-tokens="matrix-divider" connectable="0">
          <mxGeometry x="0" y="20" width="48" height="1" as="geometry" />
        </mxCell>
        <mxCell id="71" parent="69" style="rounded=0;whiteSpace=wrap;html=1;shadow=0;fillColor=#000000;strokeColor=none;strokeWidth=0;" value="" vertex="1" data-dg-source="diagram-generator" data-dg-role="rect" tags="dg-generated dg-role-rect dg-token-matrix-divider" data-dg-style-tokens="matrix-divider" connectable="0">
          <mxGeometry x="16" y="20" width="1" height="28" as="geometry" />
        </mxCell>
        <mxCell id="72" parent="69" style="rounded=0;whiteSpace=wrap;html=1;shadow=0;fillColor=#000000;strokeColor=none;strokeWidth=0;" value="" vertex="1" data-dg-source="diagram-generator" data-dg-role="rect" tags="dg-generated dg-role-rect dg-token-matrix-divider" data-dg-style-tokens="matrix-divider" connectable="0">
          <mxGeometry x="32" y="20" width="1" height="28" as="geometry" />
        </mxCell>
        <mxCell id="73" parent="69" style="rounded=0;whiteSpace=wrap;html=1;shadow=0;fillColor=#000000;strokeColor=none;strokeWidth=0;" value="" vertex="1" data-dg-source="diagram-generator" data-dg-role="rect" tags="dg-generated dg-role-rect dg-token-matrix-divider" data-dg-style-tokens="matrix-divider" connectable="0">
          <mxGeometry x="0" y="29" width="48" height="1" as="geometry" />
        </mxCell>
        <mxCell id="74" parent="69" style="rounded=0;whiteSpace=wrap;html=1;shadow=0;fillColor=#000000;strokeColor=none;strokeWidth=0;" value="" vertex="1" data-dg-source="diagram-generator" data-dg-role="rect" tags="dg-generated dg-role-rect dg-token-matrix-divider" data-dg-style-tokens="matrix-divider" connectable="0">
          <mxGeometry x="0" y="38" width="48" height="1" as="geometry" />
        </mxCell>
        <mxCell id="75" parent="69" style="rounded=0;whiteSpace=wrap;html=1;align=center;verticalAlign=middle;spacing=0;spacingTop=0;spacingBottom=0;spacingLeft=0;spacingRight=0;fillColor=none;strokeColor=none;strokeWidth=0;shadow=0;fontFamily=Ubuntu Sans;fontSize=12;fontColor=#000000;fontSource=https%3A%2F%2Ffonts.googleapis.com%2Fcss%3Ffamily%3DUbuntu%2BSans;" value="&lt;span style=&quot;font-size:12px&quot;&gt;&lt;b&gt;Q&lt;/b&gt;&lt;/span&gt;" vertex="1" data-dg-source="diagram-generator" data-dg-role="label" tags="dg-generated dg-role-label dg-token-label-matrix" data-dg-style-tokens="label-matrix" connectable="0">
          <mxGeometry x="0" y="2" width="48" height="16" as="geometry" />
        </mxCell>
        <mxCell id="76" parent="1" style="rounded=0;whiteSpace=wrap;html=1;shadow=0;fillColor=#F3F3F3;strokeColor=#000000;strokeWidth=1;" value="" vertex="1" data-dg-source="diagram-generator" data-dg-role="rect" tags="dg-generated dg-role-rect dg-token-matrix-widget" data-dg-style-tokens="matrix-widget" connectable="1">
-           <mxGeometry x="1056" y="424" width="48" height="48" as="geometry" />
+           <mxGeometry x="1056" y="456" width="48" height="48" as="geometry" />
        </mxCell>
        <mxCell id="77" parent="76" style="rounded=0;whiteSpace=wrap;html=1;shadow=0;fillColor=#000000;strokeColor=none;strokeWidth=0;" value="" vertex="1" data-dg-source="diagram-generator" data-dg-role="rect" tags="dg-generated dg-role-rect dg-token-matrix-divider" data-dg-style-tokens="matrix-divider" connectable="0">
          <mxGeometry x="0" y="20" width="48" height="1" as="geometry" />
        </mxCell>
        <mxCell id="78" parent="76" style="rounded=0;whiteSpace=wrap;html=1;shadow=0;fillColor=#000000;strokeColor=none;strokeWidth=0;" value="" vertex="1" data-dg-source="diagram-generator" data-dg-role="rect" tags="dg-generated dg-role-rect dg-token-matrix-divider" data-dg-style-tokens="matrix-divider" connectable="0">
          <mxGeometry x="16" y="20" width="1" height="28" as="geometry" />
        </mxCell>
        <mxCell id="79" parent="76" style="rounded=0;whiteSpace=wrap;html=1;shadow=0;fillColor=#000000;strokeColor=none;strokeWidth=0;" value="" vertex="1" data-dg-source="diagram-generator" data-dg-role="rect" tags="dg-generated dg-role-rect dg-token-matrix-divider" data-dg-style-tokens="matrix-divider" connectable="0">
          <mxGeometry x="32" y="20" width="1" height="28" as="geometry" />
        </mxCell>
        <mxCell id="80" parent="76" style="rounded=0;whiteSpace=wrap;html=1;shadow=0;fillColor=#000000;strokeColor=none;strokeWidth=0;" value="" vertex="1" data-dg-source="diagram-generator" data-dg-role="rect" tags="dg-generated dg-role-rect dg-token-matrix-divider" data-dg-style-tokens="matrix-divider" connectable="0">
          <mxGeometry x="0" y="29" width="48" height="1" as="geometry" />
        </mxCell>
        <mxCell id="81" parent="76" style="rounded=0;whiteSpace=wrap;html=1;shadow=0;fillColor=#000000;strokeColor=none;strokeWidth=0;" value="" vertex="1" data-dg-source="diagram-generator" data-dg-role="rect" tags="dg-generated dg-role-rect dg-token-matrix-divider" data-dg-style-tokens="matrix-divider" connectable="0">
          <mxGeometry x="0" y="38" width="48" height="1" as="geometry" />
        </mxCell>
        <mxCell id="82" parent="76" style="rounded=0;whiteSpace=wrap;html=1;align=center;verticalAlign=middle;spacing=0;spacingTop=0;spacingBottom=0;spacingLeft=0;spacingRight=0;fillColor=none;strokeColor=none;strokeWidth=0;shadow=0;fontFamily=Ubuntu Sans;fontSize=12;fontColor=#000000;fontSource=https%3A%2F%2Ffonts.googleapis.com%2Fcss%3Ffamily%3DUbuntu%2BSans;" value="&lt;span style=&quot;font-size:12px&quot;&gt;&lt;b&gt;K&lt;/b&gt;&lt;/span&gt;" vertex="1" data-dg-source="diagram-generator" data-dg-role="label" tags="dg-generated dg-role-label dg-token-label-matrix" data-dg-style-tokens="label-matrix" connectable="0">
          <mxGeometry x="0" y="2" width="48" height="16" as="geometry" />
        </mxCell>
        <mxCell id="83" parent="1" style="edgeStyle=orthogonalEdgeStyle;rounded=0;orthogonalLoop=1;jettySize=auto;html=1;strokeColor=#E95420;strokeWidth=1;startArrow=none;startFill=0;endArrow=blockThin;endFill=1;endSize=8;exitX=0.5;exitY=1;exitDx=0;exitDy=0;entryX=0.5;entryY=0;entryDx=0;entryDy=0;" value="" edge="1" data-dg-source="diagram-generator" data-dg-role="edge" tags="dg-generated dg-role-edge dg-token-edge-orange dg-token-edge-arrow" data-dg-style-tokens="edge-orange,edge-arrow" source="48" target="4">
          <mxGeometry relative="1" as="geometry">
-             <mxPoint x="48" y="136" as="sourcePoint" />
-             <mxPoint x="144" y="176" as="targetPoint" />
-             <Array as="points">
-               <mxPoint x="48" y="160" />
-               <mxPoint x="144" y="160" />
+             <mxPoint x="48" y="152" as="sourcePoint" />
+             <mxPoint x="144" y="192" as="targetPoint" />
+             <Array as="points">
+               <mxPoint x="48" y="176" />
+               <mxPoint x="144" y="176" />
            </Array>
          </mxGeometry>
        </mxCell>
        <mxCell id="84" parent="1" style="edgeStyle=orthogonalEdgeStyle;rounded=0;orthogonalLoop=1;jettySize=auto;html=1;strokeColor=#E95420;strokeWidth=1;startArrow=none;startFill=0;endArrow=blockThin;endFill=1;endSize=8;exitX=0.5;exitY=1;exitDx=0;exitDy=0;entryX=0.5;entryY=0;entryDx=0;entryDy=0;" value="" edge="1" data-dg-source="diagram-generator" data-dg-role="edge" tags="dg-generated dg-role-edge dg-token-edge-orange dg-token-edge-arrow" data-dg-style-tokens="edge-orange,edge-arrow" source="55" target="10">
          <mxGeometry relative="1" as="geometry">
-             <mxPoint x="1064" y="136" as="sourcePoint" />
-             <mxPoint x="936" y="176" as="targetPoint" />
-             <Array as="points">
-               <mxPoint x="1064" y="160" />
-               <mxPoint x="936" y="160" />
+             <mxPoint x="1064" y="152" as="sourcePoint" />
+             <mxPoint x="936" y="192" as="targetPoint" />
+             <Array as="points">
+               <mxPoint x="1064" y="176" />
+               <mxPoint x="936" y="176" />
            </Array>
          </mxGeometry>
        </mxCell>
        <mxCell id="85" parent="1" style="edgeStyle=orthogonalEdgeStyle;rounded=0;orthogonalLoop=1;jettySize=auto;html=1;strokeColor=#E95420;strokeWidth=1;startArrow=none;startFill=0;endArrow=blockThin;endFill=1;endSize=8;exitX=0.5;exitY=1;exitDx=0;exitDy=0;entryX=0.5;entryY=0;entryDx=0;entryDy=0;" value="" edge="1" data-dg-source="diagram-generator" data-dg-role="edge" tags="dg-generated dg-role-edge dg-token-edge-orange dg-token-edge-arrow" data-dg-style-tokens="edge-orange,edge-arrow" source="55" target="12">
          <mxGeometry relative="1" as="geometry">
-             <mxPoint x="1064" y="136" as="sourcePoint" />
-             <mxPoint x="1136" y="176" as="targetPoint" />
-             <Array as="points">
-               <mxPoint x="1064" y="160" />
-               <mxPoint x="1136" y="160" />
+             <mxPoint x="1064" y="152" as="sourcePoint" />
+             <mxPoint x="1136" y="192" as="targetPoint" />
+             <Array as="points">
+               <mxPoint x="1064" y="176" />
+               <mxPoint x="1136" y="176" />
            </Array>
          </mxGeometry>
        </mxCell>
        <mxCell id="86" parent="1" style="edgeStyle=orthogonalEdgeStyle;rounded=0;orthogonalLoop=1;jettySize=auto;html=1;strokeColor=#E95420;strokeWidth=1;startArrow=none;startFill=0;endArrow=blockThin;endFill=1;endSize=8;exitX=0.5;exitY=1;exitDx=0;exitDy=0;entryX=0.5;entryY=0;entryDx=0;entryDy=0;" value="" edge="1" data-dg-source="diagram-generator" data-dg-role="edge" tags="dg-generated dg-role-edge dg-token-edge-orange dg-token-edge-arrow" data-dg-style-tokens="edge-orange,edge-arrow" source="55" target="14">
          <mxGeometry relative="1" as="geometry">
-             <mxPoint x="1064" y="136" as="sourcePoint" />
-             <mxPoint x="1336" y="176" as="targetPoint" />
-             <Array as="points">
-               <mxPoint x="1064" y="160" />
-               <mxPoint x="1336" y="160" />
+             <mxPoint x="1064" y="152" as="sourcePoint" />
+             <mxPoint x="1336" y="192" as="targetPoint" />
+             <Array as="points">
+               <mxPoint x="1064" y="176" />
+               <mxPoint x="1336" y="176" />
            </Array>
          </mxGeometry>
        </mxCell>
        <mxCell id="87" parent="1" style="edgeStyle=orthogonalEdgeStyle;rounded=0;orthogonalLoop=1;jettySize=auto;html=1;strokeColor=#E95420;strokeWidth=1;startArrow=none;startFill=0;endArrow=blockThin;endFill=1;endSize=8;exitX=0.5;exitY=1;exitDx=0;exitDy=0;entryX=0.5;entryY=0;entryDx=0;entryDy=0;" value="" edge="1" data-dg-source="diagram-generator" data-dg-role="edge" tags="dg-generated dg-role-edge dg-token-edge-orange dg-token-edge-arrow" data-dg-style-tokens="edge-orange,edge-arrow" source="55" target="16">
          <mxGeometry relative="1" as="geometry">
-             <mxPoint x="1064" y="136" as="sourcePoint" />
-             <mxPoint x="1536" y="176" as="targetPoint" />
-             <Array as="points">
-               <mxPoint x="1064" y="160" />
-               <mxPoint x="1536" y="160" />
+             <mxPoint x="1064" y="152" as="sourcePoint" />
+             <mxPoint x="1536" y="192" as="targetPoint" />
+             <Array as="points">
+               <mxPoint x="1064" y="176" />
+               <mxPoint x="1536" y="176" />
            </Array>
          </mxGeometry>
        </mxCell>
        <mxCell id="88" parent="1" style="edgeStyle=orthogonalEdgeStyle;rounded=0;orthogonalLoop=1;jettySize=auto;html=1;strokeColor=#E95420;strokeWidth=1;startArrow=none;startFill=0;endArrow=blockThin;endFill=1;endSize=8;exitX=0.5;exitY=1;exitDx=0;exitDy=0;entryX=0.5;entryY=0;entryDx=0;entryDy=0;" value="" edge="1" data-dg-source="diagram-generator" data-dg-role="edge" tags="dg-generated dg-role-edge dg-token-edge-orange dg-token-edge-arrow" data-dg-style-tokens="edge-orange,edge-arrow" source="62" target="18">
          <mxGeometry relative="1" as="geometry">
-             <mxPoint x="248" y="472" as="sourcePoint" />
-             <mxPoint x="120" y="512" as="targetPoint" />
-             <Array as="points">
-               <mxPoint x="248" y="496" />
-               <mxPoint x="120" y="496" />
+             <mxPoint x="248" y="504" as="sourcePoint" />
+             <mxPoint x="120" y="544" as="targetPoint" />
+             <Array as="points">
+               <mxPoint x="248" y="528" />
+               <mxPoint x="120" y="528" />
            </Array>
          </mxGeometry>
        </mxCell>
        <mxCell id="89" parent="1" style="edgeStyle=orthogonalEdgeStyle;rounded=0;orthogonalLoop=1;jettySize=auto;html=1;strokeColor=#E95420;strokeWidth=1;startArrow=none;startFill=0;endArrow=blockThin;endFill=1;endSize=8;exitX=0.5;exitY=1;exitDx=0;exitDy=0;entryX=0.5;entryY=0;entryDx=0;entryDy=0;" value="" edge="1" data-dg-source="diagram-generator" data-dg-role="edge" tags="dg-generated dg-role-edge dg-token-edge-orange dg-token-edge-arrow" data-dg-style-tokens="edge-orange,edge-arrow" source="62" target="20">
          <mxGeometry relative="1" as="geometry">
-             <mxPoint x="248" y="472" as="sourcePoint" />
-             <mxPoint x="320" y="512" as="targetPoint" />
-             <Array as="points">
-               <mxPoint x="248" y="496" />
-               <mxPoint x="320" y="496" />
+             <mxPoint x="248" y="504" as="sourcePoint" />
+             <mxPoint x="320" y="544" as="targetPoint" />
+             <Array as="points">
+               <mxPoint x="248" y="528" />
+               <mxPoint x="320" y="528" />
            </Array>
          </mxGeometry>
        </mxCell>
        <mxCell id="90" parent="1" style="edgeStyle=orthogonalEdgeStyle;rounded=0;orthogonalLoop=1;jettySize=auto;html=1;strokeColor=#E95420;strokeWidth=1;startArrow=none;startFill=0;endArrow=blockThin;endFill=1;endSize=8;exitX=0.5;exitY=1;exitDx=0;exitDy=0;entryX=0.5;entryY=0;entryDx=0;entryDy=0;" value="" edge="1" data-dg-source="diagram-generator" data-dg-role="edge" tags="dg-generated dg-role-edge dg-token-edge-orange dg-token-edge-arrow" data-dg-style-tokens="edge-orange,edge-arrow" source="62" target="22">
          <mxGeometry relative="1" as="geometry">
-             <mxPoint x="248" y="472" as="sourcePoint" />
-             <mxPoint x="520" y="512" as="targetPoint" />
-             <Array as="points">
-               <mxPoint x="248" y="496" />
-               <mxPoint x="520" y="496" />
+             <mxPoint x="248" y="504" as="sourcePoint" />
+             <mxPoint x="520" y="544" as="targetPoint" />
+             <Array as="points">
+               <mxPoint x="248" y="528" />
+               <mxPoint x="520" y="528" />
            </Array>
          </mxGeometry>
        </mxCell>
        <mxCell id="91" parent="1" style="edgeStyle=orthogonalEdgeStyle;rounded=0;orthogonalLoop=1;jettySize=auto;html=1;strokeColor=#E95420;strokeWidth=1;startArrow=none;startFill=0;endArrow=blockThin;endFill=1;endSize=8;exitX=0.5;exitY=1;exitDx=0;exitDy=0;entryX=0.5;entryY=0;entryDx=0;entryDy=0;" value="" edge="1" data-dg-source="diagram-generator" data-dg-role="edge" tags="dg-generated dg-role-edge dg-token-edge-orange dg-token-edge-arrow" data-dg-style-tokens="edge-orange,edge-arrow" source="62" target="24">
          <mxGeometry relative="1" as="geometry">
-             <mxPoint x="248" y="472" as="sourcePoint" />
-             <mxPoint x="720" y="512" as="targetPoint" />
-             <Array as="points">
-               <mxPoint x="248" y="496" />
-               <mxPoint x="720" y="496" />
+             <mxPoint x="248" y="504" as="sourcePoint" />
+             <mxPoint x="720" y="544" as="targetPoint" />
+             <Array as="points">
+               <mxPoint x="248" y="528" />
+               <mxPoint x="720" y="528" />
            </Array>
          </mxGeometry>
        </mxCell>
        <mxCell id="92" parent="1" style="edgeStyle=orthogonalEdgeStyle;rounded=0;orthogonalLoop=1;jettySize=auto;html=1;strokeColor=#E95420;strokeWidth=1;startArrow=none;startFill=0;endArrow=blockThin;endFill=1;endSize=8;exitX=0.5;exitY=1;exitDx=0;exitDy=0;entryX=0.5;entryY=0;entryDx=0;entryDy=0;" value="" edge="1" data-dg-source="diagram-generator" data-dg-role="edge" tags="dg-generated dg-role-edge dg-token-edge-orange dg-token-edge-arrow" data-dg-style-tokens="edge-orange,edge-arrow" source="69" target="6">
          <mxGeometry relative="1" as="geometry">
-             <mxPoint x="864" y="472" as="sourcePoint" />
-             <mxPoint x="936" y="512" as="targetPoint" />
-             <Array as="points">
-               <mxPoint x="864" y="496" />
-               <mxPoint x="936" y="496" />
+             <mxPoint x="864" y="504" as="sourcePoint" />
+             <mxPoint x="936" y="544" as="targetPoint" />
+             <Array as="points">
+               <mxPoint x="864" y="528" />
+               <mxPoint x="936" y="528" />
            </Array>
          </mxGeometry>
        </mxCell>
        <mxCell id="93" parent="1" style="edgeStyle=orthogonalEdgeStyle;rounded=0;orthogonalLoop=1;jettySize=auto;html=1;strokeColor=#E95420;strokeWidth=1;startArrow=none;startFill=0;endArrow=blockThin;endFill=1;endSize=8;exitX=0.5;exitY=1;exitDx=0;exitDy=0;entryX=0.5;entryY=0;entryDx=0;entryDy=0;" value="" edge="1" data-dg-source="diagram-generator" data-dg-role="edge" tags="dg-generated dg-role-edge dg-token-edge-orange dg-token-edge-arrow" data-dg-style-tokens="edge-orange,edge-arrow" source="76" target="8">
          <mxGeometry relative="1" as="geometry">
-             <mxPoint x="1080" y="472" as="sourcePoint" />
-             <mxPoint x="1152" y="512" as="targetPoint" />
-             <Array as="points">
-               <mxPoint x="1080" y="496" />
-               <mxPoint x="1152" y="496" />
+             <mxPoint x="1080" y="504" as="sourcePoint" />
+             <mxPoint x="1152" y="544" as="targetPoint" />
+             <Array as="points">
+               <mxPoint x="1080" y="528" />
+               <mxPoint x="1152" y="528" />
            </Array>
          </mxGeometry>
        </mxCell>
        <mxCell id="94" parent="1" style="edgeStyle=orthogonalEdgeStyle;rounded=0;orthogonalLoop=1;jettySize=auto;html=1;strokeColor=#E95420;strokeWidth=1;startArrow=none;startFill=0;endArrow=blockThin;endFill=1;endSize=8;exitX=1;exitY=0.5;exitDx=0;exitDy=0;entryX=0;entryY=0.5;entryDx=0;entryDy=0;" value="" edge="1" data-dg-source="diagram-generator" data-dg-role="edge" tags="dg-generated dg-role-edge dg-token-edge-orange dg-token-edge-arrow" data-dg-style-tokens="edge-orange,edge-arrow" source="6" target="8">
          <mxGeometry relative="1" as="geometry">
-             <mxPoint x="1032" y="548" as="sourcePoint" />
-             <mxPoint x="1056" y="548" as="targetPoint" />
+             <mxPoint x="1032" y="580" as="sourcePoint" />
+             <mxPoint x="1056" y="580" as="targetPoint" />
          </mxGeometry>
        </mxCell>
        <mxCell id="95" parent="1" style="edgeStyle=orthogonalEdgeStyle;rounded=0;orthogonalLoop=1;jettySize=auto;html=1;strokeColor=#E95420;strokeWidth=1;startArrow=none;startFill=0;endArrow=blockThin;endFill=1;endSize=8;exitX=0.5;exitY=1;exitDx=0;exitDy=0;entryX=0.5;entryY=0;entryDx=0;entryDy=0;" value="" edge="1" data-dg-source="diagram-generator" data-dg-role="edge" tags="dg-generated dg-role-edge dg-token-edge-orange dg-token-edge-arrow" data-dg-style-tokens="edge-orange,edge-arrow" source="8" target="2">
          <mxGeometry relative="1" as="geometry">
-             <mxPoint x="1152" y="584" as="sourcePoint" />
-             <mxPoint x="1044" y="608" as="targetPoint" />
-             <Array as="points">
-               <mxPoint x="1152" y="592" />
-               <mxPoint x="1044" y="592" />
+             <mxPoint x="1152" y="616" as="sourcePoint" />
+             <mxPoint x="1044" y="640" as="targetPoint" />
+             <Array as="points">
+               <mxPoint x="1152" y="624" />
+               <mxPoint x="1044" y="624" />
            </Array>
          </mxGeometry>
        </mxCell>
      </root>
    </mxGraphModel>
  </diagram>
</mxfile>